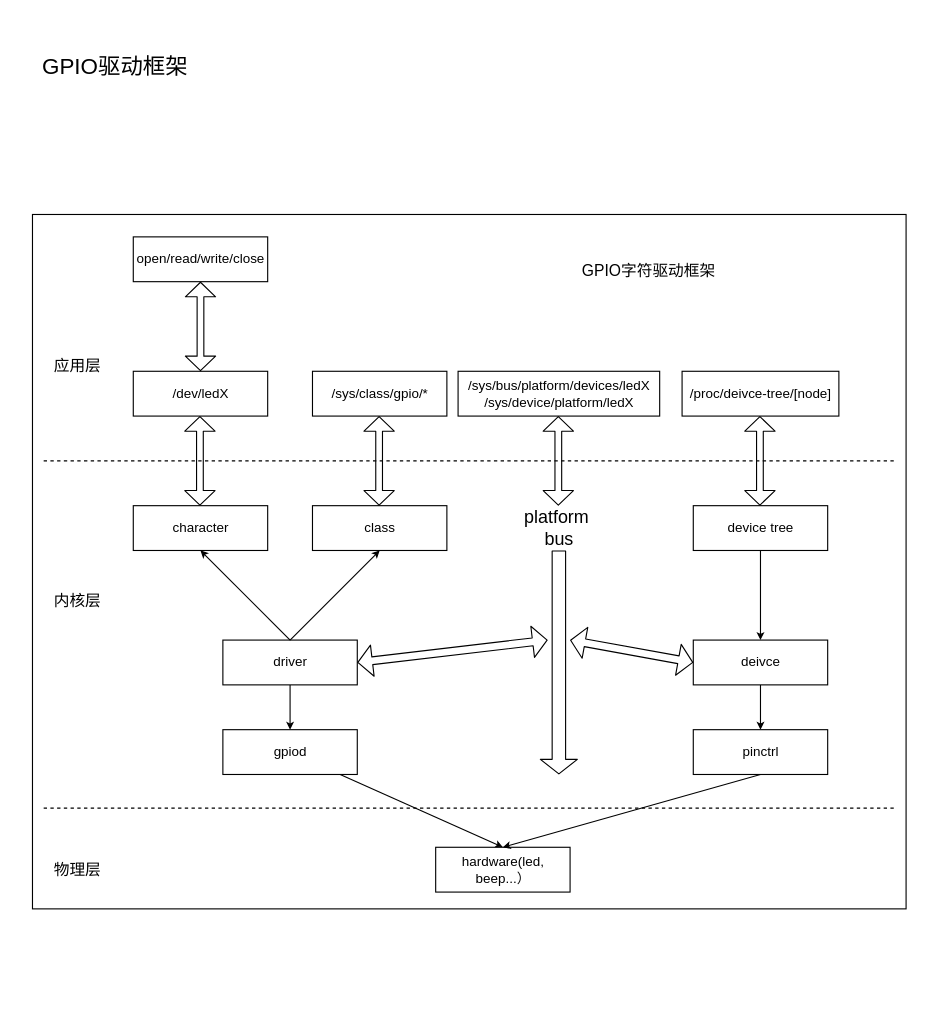
Earlier version of the draw.io diagram page "04.gpio" (2 of 9) of src/file/drivers_sample.drawio (zc110747/build_embed_linux_system). Source tidied: cells renumbered, new cells numbered last; positions are measured from the earlier drawing's top-left corner, leaving out a move shared by most shapes. Both pictures are drawn from the tidied source at 112%, with x=0, y=0 at pixel (19, 19).
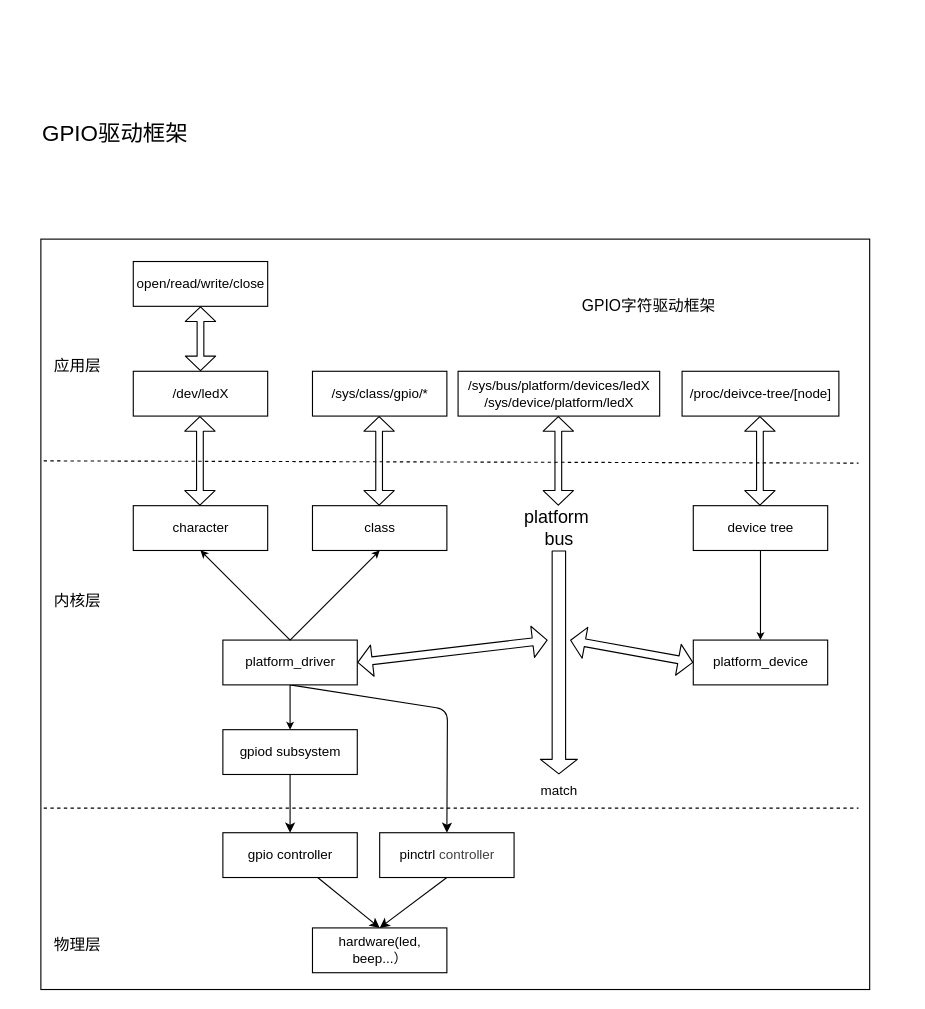
The same page after the edit.

Unchanged cells that the change refers to:
```xml
<mxCell id="5" value="/dev/ledX" style="rounded=0;whiteSpace=wrap;html=1;" parent="1" vertex="1">
  <mxGeometry x="101.5" y="314" width="120" height="40" as="geometry" />
</mxCell>
```

Diff of the diagram source:
```diff
@@
     <mxCell id="2" style="rounded=0;whiteSpace=wrap;html=1;fontSize=16;" parent="1" vertex="1">
-      <mxGeometry x="11.5" y="174" width="780" height="620" as="geometry" />
+      <mxGeometry x="19" y="196" width="740" height="670" as="geometry" />
     </mxCell>
     <mxCell id="3" style="endArrow=none;dashed=1;html=1;" parent="1" edge="1">
       <mxGeometry relative="1" as="geometry">
         <mxPoint x="21.5" y="394" as="sourcePoint" />
-        <mxPoint x="781.5" y="394" as="targetPoint" />
+        <mxPoint x="749" y="396" as="targetPoint" />
       </mxGeometry>
     </mxCell>
-    <mxCell id="4" value="open/read/write/close" style="rounded=0;whiteSpace=wrap;html=1;" parent="1" vertex="1">
-      <mxGeometry x="101.5" y="194" width="120" height="40" as="geometry" />
-    </mxCell>
@@
+    <mxCell id="39" style="edgeStyle=none;html=1;exitX=0.5;exitY=1;exitDx=0;exitDy=0;entryX=0.5;entryY=0;entryDx=0;entryDy=0;" parent="1" edge="1" source="8" target="44">
+      <mxGeometry relative="1" as="geometry">
+        <Array as="points">
+          <mxPoint x="382" y="616" />
+        </Array>
+      </mxGeometry>
+    </mxCell>
-    <mxCell id="8" value="driver" style="rounded=0;whiteSpace=wrap;html=1;" parent="1" vertex="1">
+    <mxCell id="8" value="platform_driver" style="rounded=0;whiteSpace=wrap;html=1;" parent="1" vertex="1">
       <mxGeometry x="181.5" y="554" width="120" height="40" as="geometry" />
     </mxCell>
-    <mxCell id="9" style="edgeStyle=none;html=1;strokeWidth=1;startArrow=none;startFill=0;endArrow=classic;endFill=1;startSize=4;endSize=4;" parent="1" edge="1" source="10" target="33">
-      <mxGeometry relative="1" as="geometry" />
-    </mxCell>
-    <mxCell id="10" value="deivce" style="rounded=0;whiteSpace=wrap;html=1;" parent="1" vertex="1">
+    <mxCell id="10" value="&lt;span style=&quot;color: rgb(0, 0, 0);&quot;&gt;platform_device&lt;/span&gt;" style="rounded=0;whiteSpace=wrap;html=1;" parent="1" vertex="1">
       <mxGeometry x="601.5" y="554" width="120" height="40" as="geometry" />
     </mxCell>
@@
-    <mxCell id="17" style="shape=flexArrow;endArrow=classic;startArrow=classic;html=1;endSize=4;startSize=4;strokeWidth=1;width=6;" parent="1" edge="1" source="5">
+    <mxCell id="17" style="shape=flexArrow;endArrow=classic;startArrow=classic;html=1;endSize=4;startSize=4;strokeWidth=1;width=6;" parent="1" edge="1" source="4">
       <mxGeometry relative="1" as="geometry">
         <mxPoint x="161.5" y="234" as="targetPoint" />
       </mxGeometry>
     </mxCell>
@@
     <mxCell id="23" style="endArrow=none;dashed=1;html=1;" parent="1" edge="1">
       <mxGeometry relative="1" as="geometry">
         <mxPoint x="21.5" y="704" as="sourcePoint" />
-        <mxPoint x="781.5" y="704" as="targetPoint" />
+        <mxPoint x="749" y="704" as="targetPoint" />
       </mxGeometry>
     </mxCell>
@@
     <mxCell id="26" value="GPIO字符驱动框架" style="text;html=1;strokeColor=none;fillColor=none;align=center;verticalAlign=middle;whiteSpace=wrap;rounded=0;fontSize=14;" parent="1" vertex="1">
-      <mxGeometry x="481.5" y="194" width="160" height="60" as="geometry" />
+      <mxGeometry x="481.5" y="226" width="160" height="60" as="geometry" />
     </mxCell>
@@
-    <mxCell id="29" style="edgeStyle=none;html=1;entryX=0.5;entryY=0;entryDx=0;entryDy=0;strokeWidth=1;startArrow=none;startFill=0;endArrow=classic;endFill=1;startSize=4;endSize=4;" parent="1" edge="1" source="30" target="31">
-      <mxGeometry relative="1" as="geometry" />
-    </mxCell>
+    <mxCell id="40" style="edgeStyle=none;html=1;entryX=0.5;entryY=0;entryDx=0;entryDy=0;" parent="1" edge="1" source="30" target="42">
+      <mxGeometry relative="1" as="geometry" />
+    </mxCell>
-    <mxCell id="30" value="gpiod" style="rounded=0;whiteSpace=wrap;html=1;" parent="1" vertex="1">
+    <mxCell id="30" value="gpiod subsystem" style="rounded=0;whiteSpace=wrap;html=1;" parent="1" vertex="1">
       <mxGeometry x="181.5" y="634" width="120" height="40" as="geometry" />
     </mxCell>
     <mxCell id="31" value="hardware(led, beep...）" style="rounded=0;whiteSpace=wrap;html=1;" parent="1" vertex="1">
-      <mxGeometry x="371.5" y="739" width="120" height="40" as="geometry" />
+      <mxGeometry x="261.5" y="811" width="120" height="40" as="geometry" />
     </mxCell>
     <mxCell id="32" value="物理层" style="text;html=1;strokeColor=none;fillColor=none;align=center;verticalAlign=middle;whiteSpace=wrap;rounded=0;fontSize=14;" parent="1" vertex="1">
-      <mxGeometry x="21.5" y="744" width="60" height="30" as="geometry" />
+      <mxGeometry x="21.5" y="811" width="60" height="30" as="geometry" />
     </mxCell>
-    <mxCell id="33" value="pinctrl" style="rounded=0;whiteSpace=wrap;html=1;" parent="1" vertex="1">
-      <mxGeometry x="601.5" y="634" width="120" height="40" as="geometry" />
-    </mxCell>
-    <mxCell id="34" style="endArrow=classic;html=1;strokeWidth=1;startSize=4;endSize=4;exitX=0.5;exitY=1;exitDx=0;exitDy=0;entryX=0.5;entryY=0;entryDx=0;entryDy=0;" parent="1" edge="1" source="33" target="31">
-      <mxGeometry relative="1" as="geometry" />
-    </mxCell>
@@
     <mxCell id="38" value="GPIO驱动框架" style="text;html=1;align=center;verticalAlign=middle;whiteSpace=wrap;rounded=0;fontSize=20;" parent="1" vertex="1">
-      <mxGeometry width="170.5" height="82" as="geometry" />
+      <mxGeometry y="60" width="170.5" height="82" as="geometry" />
     </mxCell>
+    <mxCell id="41" style="edgeStyle=none;html=1;entryX=0.5;entryY=0;entryDx=0;entryDy=0;" parent="1" edge="1" source="42" target="31">
+      <mxGeometry relative="1" as="geometry" />
+    </mxCell>
+    <mxCell id="42" value="gpio controller" style="rounded=0;whiteSpace=wrap;html=1;" parent="1" vertex="1">
+      <mxGeometry x="181.5" y="726" width="120" height="40" as="geometry" />
+    </mxCell>
+    <mxCell id="43" style="edgeStyle=none;html=1;entryX=0.5;entryY=0;entryDx=0;entryDy=0;exitX=0.5;exitY=1;exitDx=0;exitDy=0;" parent="1" edge="1" source="44" target="31">
+      <mxGeometry relative="1" as="geometry" />
+    </mxCell>
+    <mxCell id="44" value="pinctrl&lt;span style=&quot;color: rgb(63, 63, 63); background-color: transparent;&quot;&gt;&amp;nbsp;controller&lt;/span&gt;" style="rounded=0;whiteSpace=wrap;html=1;" parent="1" vertex="1">
+      <mxGeometry x="321.5" y="726" width="120" height="40" as="geometry" />
+    </mxCell>
+    <mxCell id="45" value="match" style="text;html=1;align=center;verticalAlign=middle;whiteSpace=wrap;rounded=0;" parent="1" vertex="1">
+      <mxGeometry x="451.5" y="674" width="60" height="30" as="geometry" />
+    </mxCell>
+    <mxCell id="46" style="shape=flexArrow;endArrow=classic;startArrow=classic;html=1;endSize=4;startSize=4;strokeWidth=1;width=6;" parent="1" edge="1" source="5" target="4">
+      <mxGeometry relative="1" as="geometry" />
+    </mxCell>
+    <mxCell id="4" value="open/read/write/close" style="rounded=0;whiteSpace=wrap;html=1;" parent="1" vertex="1">
+      <mxGeometry x="101.5" y="216" width="120" height="40" as="geometry" />
+    </mxCell>
```
